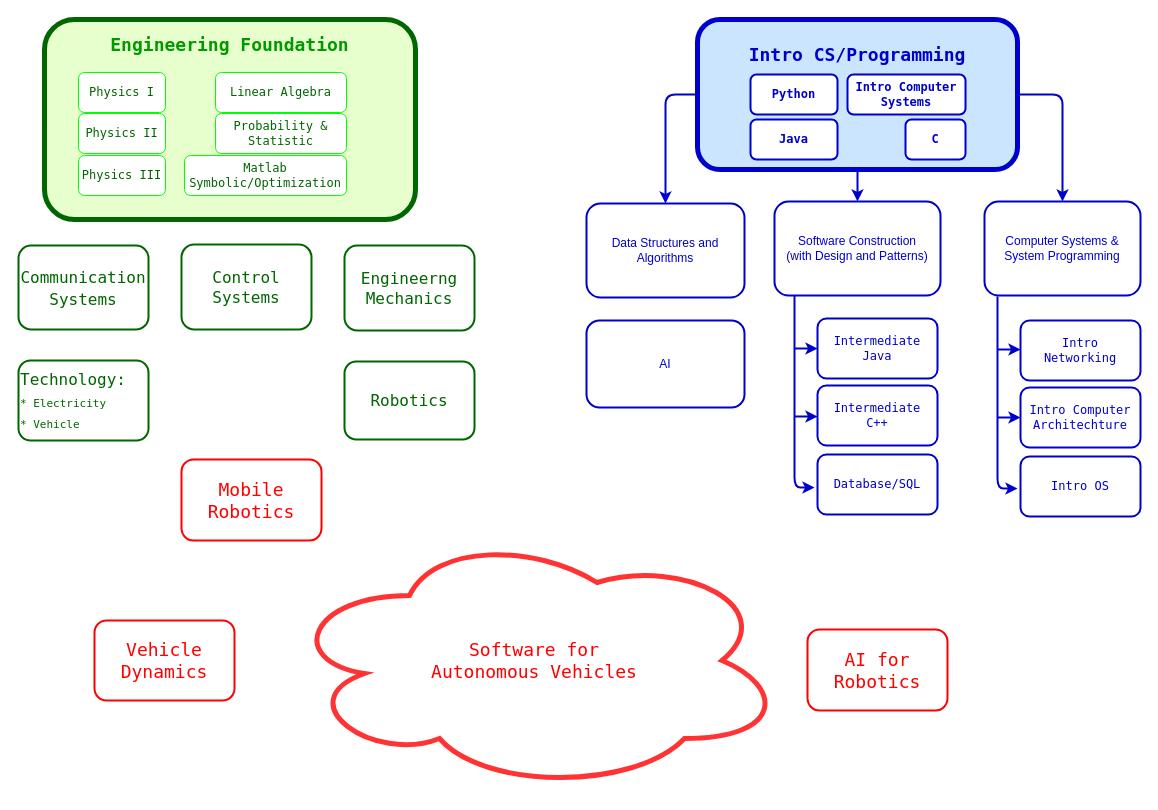
This is self-study.drawio from tqvnde/learning-notes, a draw.io file, before an edit. Source tidied: cells renumbered, new cells numbered last; positions are measured from the earlier drawing's top-left corner, leaving out a move shared by most shapes. Both pictures are drawn from the tidied source at 100%, with x=0, y=0 at pixel (18, 19).
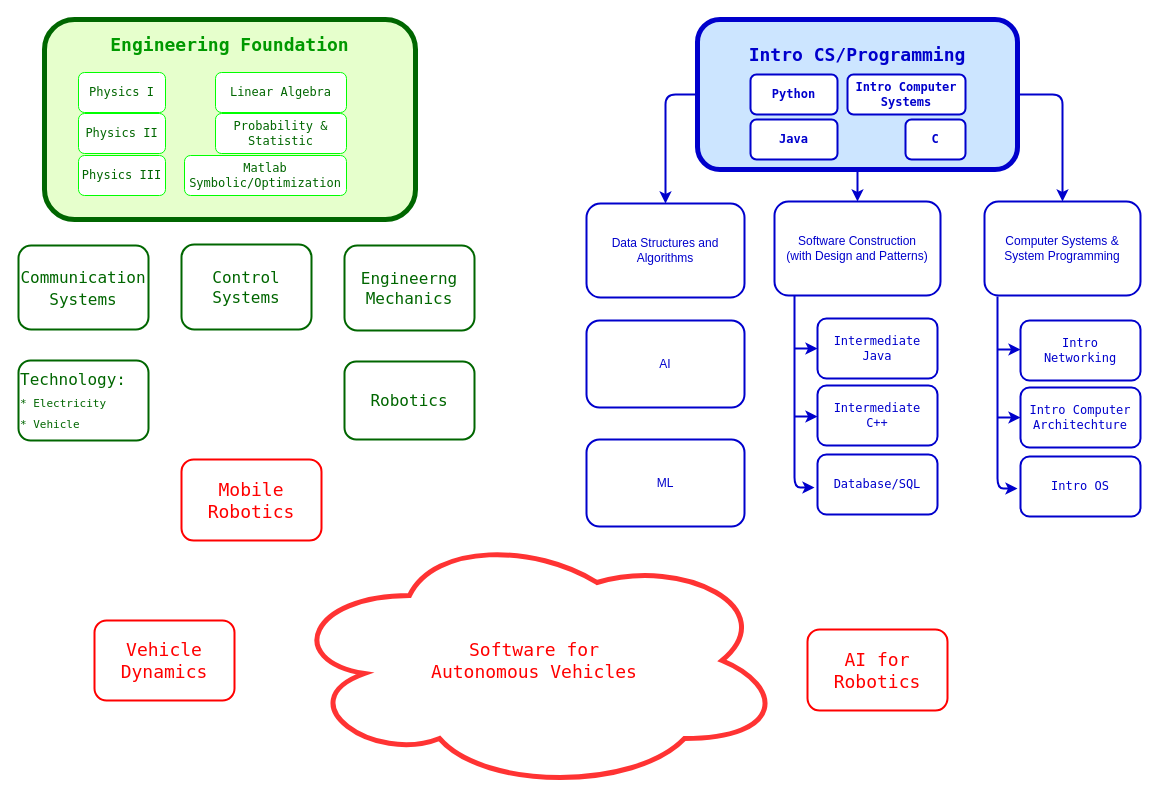
The same page after the edit.

The edit, as a diff of the source:
```diff
@@
+    <mxCell id="42" value="ML" style="rounded=1;whiteSpace=wrap;html=1;strokeColor=#0000CC;strokeWidth=2;fontColor=#0000CC;" parent="1" vertex="1">
+      <mxGeometry x="568" y="420" width="158" height="87" as="geometry" />
+    </mxCell>
```
